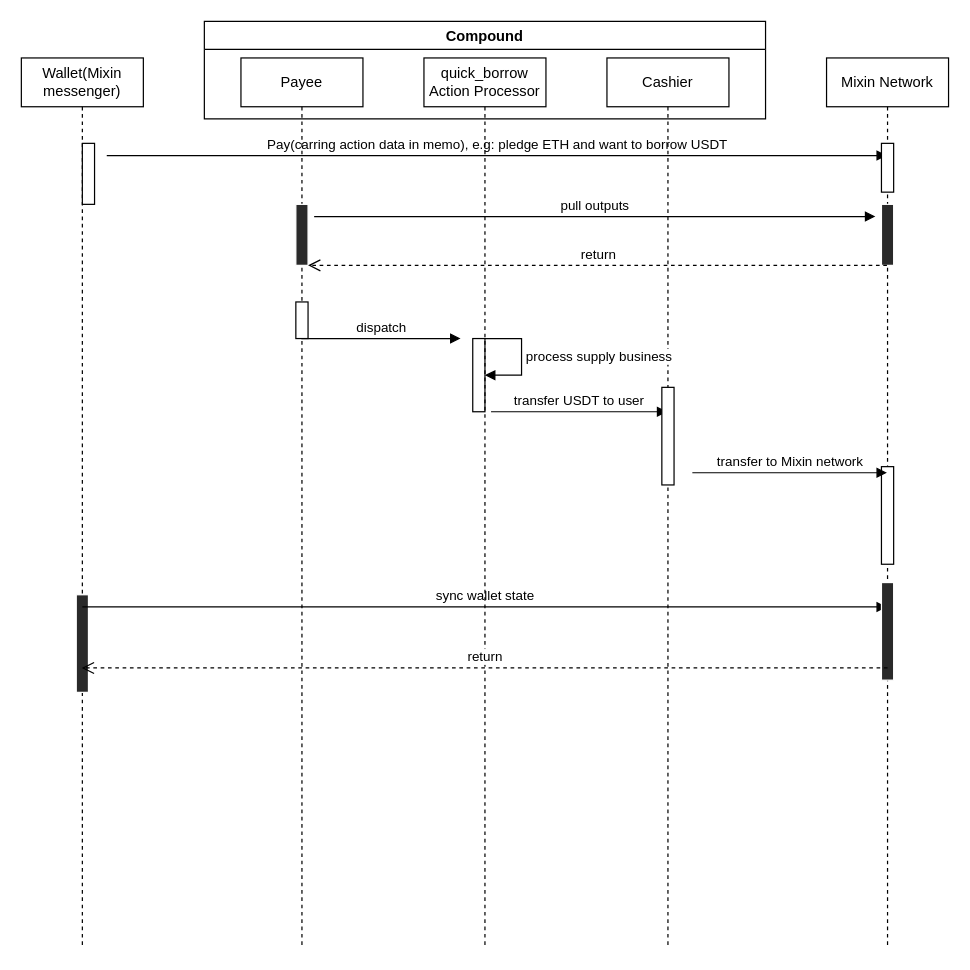
The draw.io diagram docs/images/tl_quick_borrow.drawio in fox-one/compound, before the edit. Source tidied: cells renumbered, new cells numbered last; positions are measured from the earlier drawing's top-left corner, leaving out a move shared by most shapes. Both pictures are drawn from the tidied source at 122%, with x=0, y=0 at pixel (21, 21).
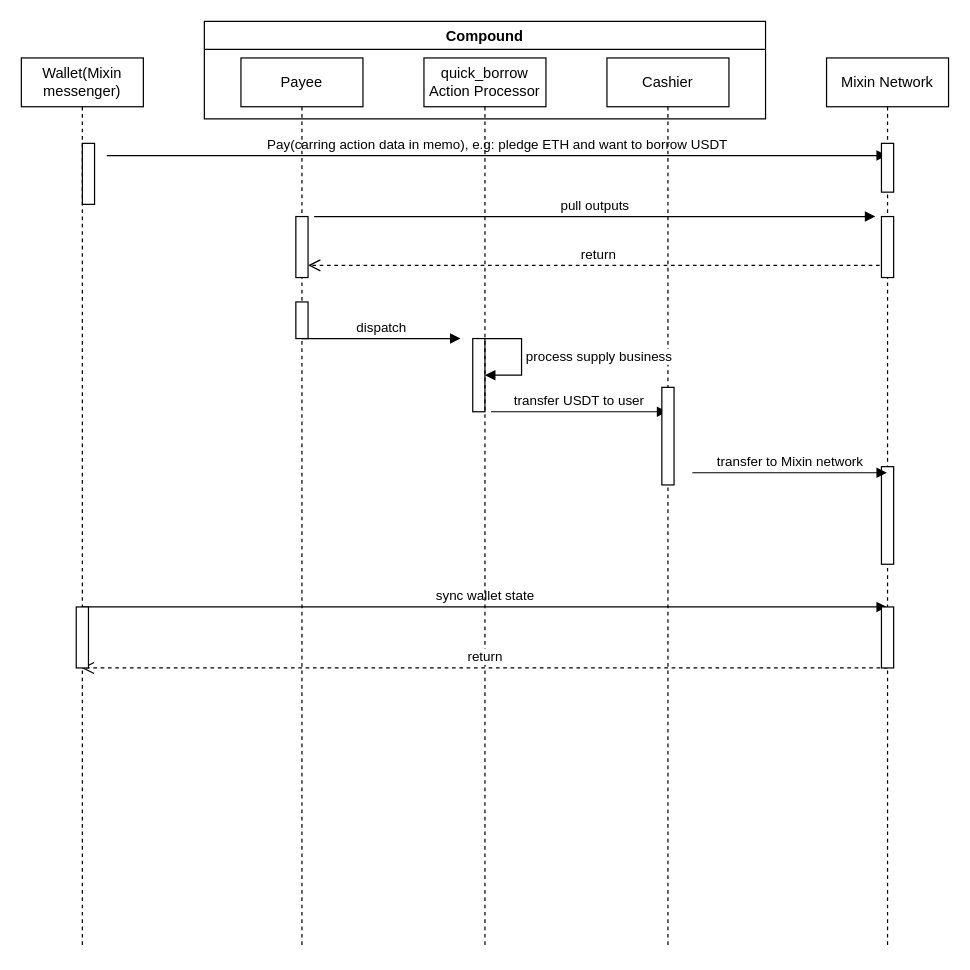
The same page after the edit.

Commit message (it also covers changes not shown here):
add quick action diagrams

Unchanged cells that the change refers to:
```xml
<mxCell id="2" value="Wallet(Mixin messenger)" style="shape=umlLifeline;perimeter=lifelinePerimeter;whiteSpace=wrap;html=1;outlineConnect=0;" parent="1" vertex="1">
  <mxGeometry y="30" width="100" height="730" as="geometry" />
</mxCell>
<mxCell id="7" value="Mixin Network" style="shape=umlLifeline;perimeter=lifelinePerimeter;whiteSpace=wrap;html=1;outlineConnect=0;" parent="1" vertex="1">
  <mxGeometry x="660" y="30" width="100" height="730" as="geometry" />
</mxCell>
<mxCell id="15" value="Payee" style="shape=umlLifeline;perimeter=lifelinePerimeter;whiteSpace=wrap;html=1;outlineConnect=0;" parent="1" vertex="1">
  <mxGeometry x="180" y="30" width="100" height="730" as="geometry" />
</mxCell>
```

Change to the diagram source:
```diff
@@
-    <mxCell id="5" style="html=1;perimeter=orthogonalPerimeter;strokeColor=#FFFFFF;fillColor=#2A2A2A;" parent="2" vertex="1">
-      <mxGeometry x="45" y="440" width="10" height="80" as="geometry" />
-    </mxCell>
@@
-    <mxCell id="10" style="html=1;perimeter=orthogonalPerimeter;strokeColor=#FFFFFF;fillColor=#2A2A2A;" parent="7" vertex="1">
-      <mxGeometry x="45" y="120" width="10" height="50" as="geometry" />
-    </mxCell>
-    <mxCell id="11" style="html=1;points=[];perimeter=orthogonalPerimeter;strokeColor=#FFFFFF;fillColor=#2A2A2A;" parent="7" vertex="1">
-      <mxGeometry x="45" y="430" width="10" height="80" as="geometry" />
-    </mxCell>
@@
-    <mxCell id="18" style="html=1;points=[];perimeter=orthogonalPerimeter;fillColor=#2A2A2A;strokeColor=#FFFFFF;" parent="15" vertex="1">
-      <mxGeometry x="45" y="120" width="10" height="50" as="geometry" />
-    </mxCell>
@@
-    <mxCell id="25" value="return" style="html=1;verticalAlign=bottom;endArrow=open;dashed=1;endSize=8;" parent="1" edge="1" source="7" target="18">
-      <mxGeometry relative="1" as="geometry" />
+    <mxCell id="25" value="return" style="html=1;verticalAlign=bottom;endArrow=open;dashed=1;endSize=8;" parent="1" edge="1" source="7">
+      <mxGeometry relative="1" as="geometry">
+        <mxPoint x="235" y="200" as="targetPoint" />
+      </mxGeometry>
     </mxCell>
-    <mxCell id="26" value="return" style="html=1;verticalAlign=bottom;endArrow=open;dashed=1;endSize=8;exitX=0.5;exitY=0.875;exitDx=0;exitDy=0;exitPerimeter=0;" parent="1" edge="1" source="11" target="2">
-      <mxGeometry relative="1" as="geometry" />
+    <mxCell id="26" value="return" style="html=1;verticalAlign=bottom;endArrow=open;dashed=1;endSize=8;exitX=0.5;exitY=0.875;exitDx=0;exitDy=0;exitPerimeter=0;" parent="1" edge="1" target="2">
+      <mxGeometry relative="1" as="geometry">
+        <mxPoint x="710" y="530" as="sourcePoint" />
+      </mxGeometry>
     </mxCell>
+    <mxCell id="27" style="html=1;perimeter=orthogonalPerimeter;" parent="1" vertex="1">
+      <mxGeometry x="705" y="160" width="10" height="50" as="geometry" />
+    </mxCell>
+    <mxCell id="28" style="html=1;perimeter=orthogonalPerimeter;" parent="1" vertex="1">
+      <mxGeometry x="225" y="160" width="10" height="50" as="geometry" />
+    </mxCell>
+    <mxCell id="29" style="html=1;perimeter=orthogonalPerimeter;" parent="1" vertex="1">
+      <mxGeometry x="705" y="480" width="10" height="50" as="geometry" />
+    </mxCell>
+    <mxCell id="30" style="html=1;perimeter=orthogonalPerimeter;" parent="1" vertex="1">
+      <mxGeometry x="45" y="480" width="10" height="50" as="geometry" />
+    </mxCell>
```
